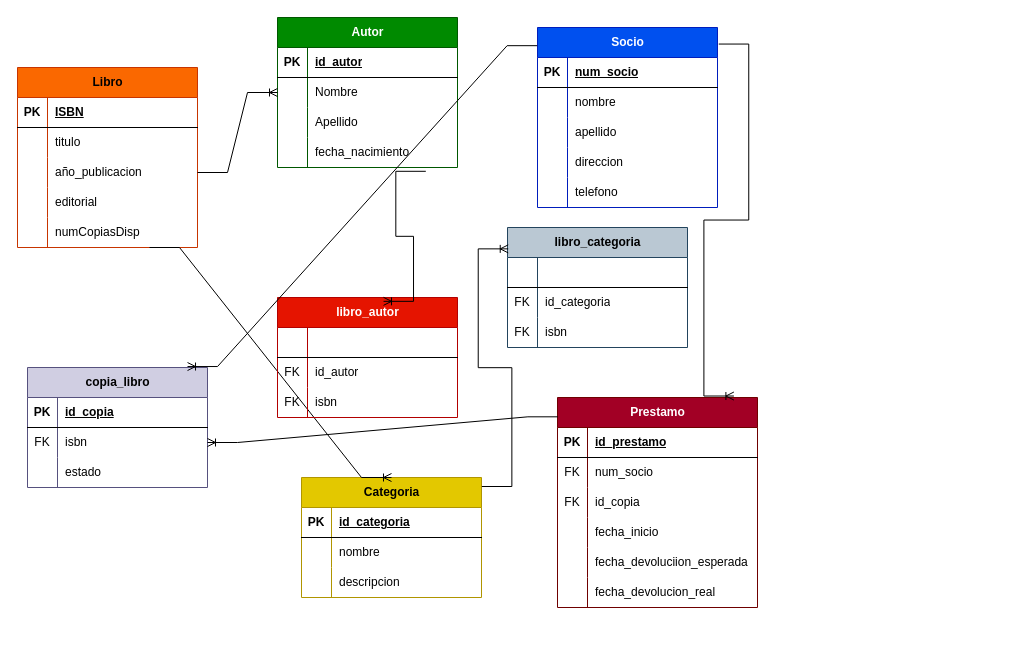
This is gestionBiblioteca.drawio from MateoBorrero8/Yo., a draw.io file, before an edit. Source tidied: cells renumbered, new cells numbered last; positions are measured from the earlier drawing's top-left corner, leaving out a move shared by most shapes. Both pictures are drawn from the tidied source at 100%, with x=0, y=0 at pixel (17, 17).
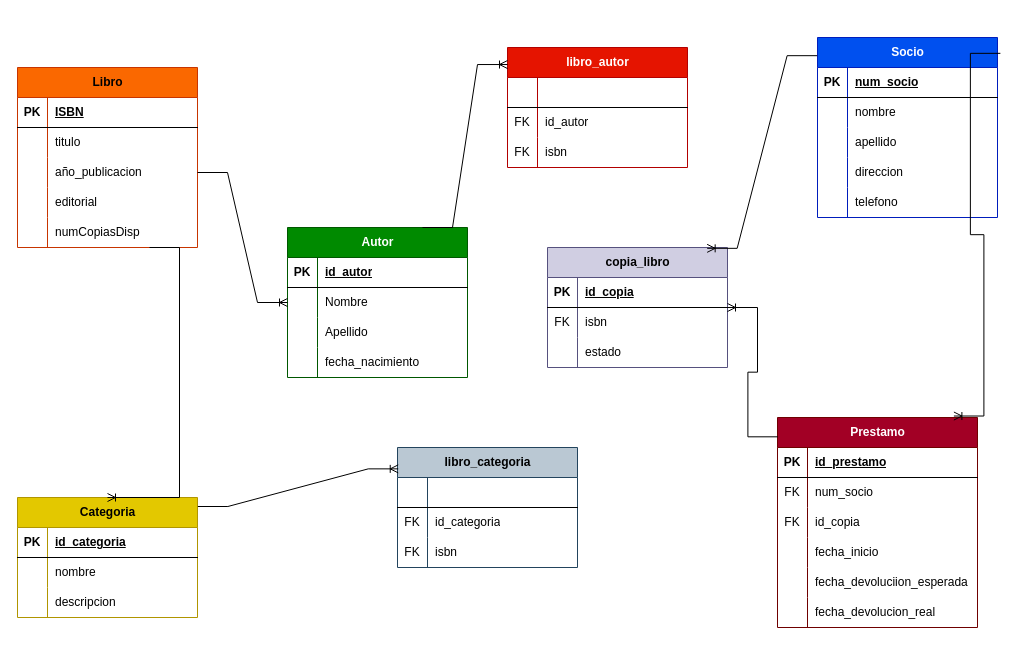
The same diagram, later.

The change refers to these unchanged cells:
```xml
<mxCell id="28" style="shape=tableRow;horizontal=0;startSize=0;swimlaneHead=0;swimlaneBody=0;fillColor=none;points=[[0,0.5],[1,0.5]];portConstraint=eastwest;top=0;left=0;right=0;bottom=0;" parent="18" vertex="1">
  <mxGeometry y="120" width="180" height="30" as="geometry" />
</mxCell>
<mxCell id="92" style="shape=tableRow;horizontal=0;startSize=0;swimlaneHead=0;swimlaneBody=0;fillColor=none;points=[[0,0.5],[1,0.5]];portConstraint=eastwest;top=0;left=0;right=0;bottom=0;" parent="88" vertex="1">
  <mxGeometry y="60" width="180" height="30" as="geometry" />
</mxCell>
```

Change to the diagram source:
```diff
@@
     <mxCell id="18" value="Autor" style="shape=table;startSize=30;childLayout=tableLayout;rowLines=0;fontStyle=1;align=center;html=1;fillColor=#008a00;fontColor=#ffffff;strokeColor=#005700;" parent="1" vertex="1">
-      <mxGeometry x="260" width="180" height="150" as="geometry" />
+      <mxGeometry x="270" y="210" width="180" height="150" as="geometry" />
     </mxCell>
@@
     <mxCell id="31" value="Socio" style="shape=table;startSize=30;childLayout=tableLayout;rowLines=0;fontStyle=1;align=center;html=1;fillColor=#0050ef;strokeColor=#001DBC;fontColor=#ffffff;" parent="1" vertex="1">
-      <mxGeometry x="520" y="10" width="180" height="180" as="geometry" />
+      <mxGeometry x="800" y="20" width="180" height="180" as="geometry" />
     </mxCell>
@@
     <mxCell id="47" value="Prestamo" style="shape=table;startSize=30;childLayout=tableLayout;rowLines=0;fontStyle=1;align=center;html=1;fillColor=#a20025;fontColor=#ffffff;strokeColor=#6F0000;" parent="1" vertex="1">
-      <mxGeometry x="540" y="380" width="200" height="210" as="geometry" />
+      <mxGeometry x="760" y="400" width="200" height="210" as="geometry" />
     </mxCell>
@@
     <mxCell id="66" value="Categoria" style="shape=table;startSize=30;childLayout=tableLayout;rowLines=0;fontStyle=1;align=center;html=1;fillColor=#e3c800;fontColor=#000000;strokeColor=#B09500;" parent="1" vertex="1">
-      <mxGeometry x="284" y="460" width="180" height="120" as="geometry" />
+      <mxGeometry y="480" width="180" height="120" as="geometry" />
     </mxCell>
@@
     <mxCell id="78" value="libro_autor" style="shape=table;startSize=30;childLayout=tableLayout;rowLines=0;fontStyle=1;align=center;html=1;fillColor=#e51400;fontColor=#ffffff;strokeColor=#B20000;" parent="1" vertex="1">
-      <mxGeometry x="260" y="280" width="180" height="120" as="geometry" />
+      <mxGeometry x="490" y="30" width="180" height="120" as="geometry" />
     </mxCell>
@@
     <mxCell id="88" value="copia_libro" style="shape=table;startSize=30;childLayout=tableLayout;rowLines=0;fontStyle=1;align=center;html=1;fillColor=#d0cee2;strokeColor=#56517e;" parent="1" vertex="1">
-      <mxGeometry x="10" y="350" width="180" height="120" as="geometry" />
+      <mxGeometry x="530" y="230" width="180" height="120" as="geometry" />
     </mxCell>
@@
     <mxCell id="98" value="libro_categoria" style="shape=table;startSize=30;childLayout=tableLayout;rowLines=0;fontStyle=1;align=center;html=1;fillColor=#bac8d3;strokeColor=#23445d;" parent="1" vertex="1">
-      <mxGeometry x="490" y="210" width="180" height="120" as="geometry" />
+      <mxGeometry x="380" y="430" width="180" height="120" as="geometry" />
     </mxCell>
@@
-    <mxCell id="108" style="edgeStyle=entityRelationEdgeStyle;fontSize=12;html=1;endArrow=ERoneToMany;rounded=0;exitX=0.824;exitY=1.127;exitDx=0;exitDy=0;exitPerimeter=0;entryX=0.589;entryY=0.032;entryDx=0;entryDy=0;entryPerimeter=0;" parent="1" edge="1" source="28" target="78">
+    <mxCell id="108" style="edgeStyle=entityRelationEdgeStyle;fontSize=12;html=1;endArrow=ERoneToMany;rounded=0;exitX=0.75;exitY=0;exitDx=0;exitDy=0;entryX=0;entryY=0.142;entryDx=0;entryDy=0;entryPerimeter=0;" parent="1" edge="1" source="18" target="78">
       <mxGeometry relative="1" as="geometry" />
     </mxCell>
-    <mxCell id="109" style="edgeStyle=entityRelationEdgeStyle;fontSize=12;html=1;endArrow=ERoneToMany;rounded=0;exitX=-0.002;exitY=0.101;exitDx=0;exitDy=0;exitPerimeter=0;entryX=0.889;entryY=-0.008;entryDx=0;entryDy=0;entryPerimeter=0;" parent="1" edge="1" source="31" target="88">
+    <mxCell id="109" style="edgeStyle=entityRelationEdgeStyle;fontSize=12;html=1;endArrow=ERoneToMany;rounded=0;exitX=-0.002;exitY=0.101;exitDx=0;exitDy=0;exitPerimeter=0;entryX=0.887;entryY=0.007;entryDx=0;entryDy=0;entryPerimeter=0;" parent="1" edge="1" source="31" target="88">
       <mxGeometry relative="1" as="geometry" />
     </mxCell>
-    <mxCell id="110" style="edgeStyle=entityRelationEdgeStyle;fontSize=12;html=1;endArrow=ERoneToMany;rounded=0;exitX=0.002;exitY=0.092;exitDx=0;exitDy=0;exitPerimeter=0;entryX=1;entryY=0.5;entryDx=0;entryDy=0;" parent="1" edge="1" source="47" target="92">
+    <mxCell id="110" style="edgeStyle=entityRelationEdgeStyle;fontSize=12;html=1;endArrow=ERoneToMany;rounded=0;exitX=0.002;exitY=0.092;exitDx=0;exitDy=0;exitPerimeter=0;" parent="1" edge="1" source="47" target="88">
       <mxGeometry relative="1" as="geometry" />
     </mxCell>
-    <mxCell id="111" style="edgeStyle=entityRelationEdgeStyle;fontSize=12;html=1;endArrow=ERoneToMany;rounded=0;exitX=1.007;exitY=0.092;exitDx=0;exitDy=0;exitPerimeter=0;entryX=0.882;entryY=-0.007;entryDx=0;entryDy=0;entryPerimeter=0;" parent="1" edge="1" source="31" target="47">
+    <mxCell id="111" style="edgeStyle=entityRelationEdgeStyle;fontSize=12;html=1;endArrow=ERoneToMany;rounded=0;entryX=0.882;entryY=-0.007;entryDx=0;entryDy=0;entryPerimeter=0;exitX=1.016;exitY=0.088;exitDx=0;exitDy=0;exitPerimeter=0;" parent="1" edge="1" source="31" target="47">
       <mxGeometry relative="1" as="geometry" />
     </mxCell>
```
